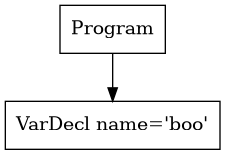
This is p2-parser/tree.png from purejerome/cs432_project, a Graphviz export, as it was before one commit. Its source is kept beside it as p2-parser/tree.dot.
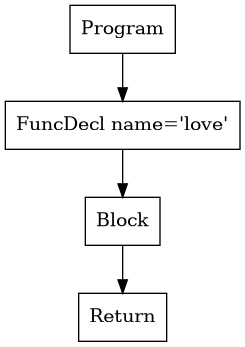
Later version of the same file.

Diff of the diagram source:
```diff
@@ -1,5 +1,9 @@
 digraph AST {
-1 [shape=box, label="VarDecl name='boo'"];
+3 [shape=box, label="Return"];
+2 [shape=box, label="Block"];
+2 -> 3;
+1 [shape=box, label="FuncDecl name='love'"];
+1 -> 2;
 0 [shape=box, label="Program"];
 0 -> 1;
 }
```
